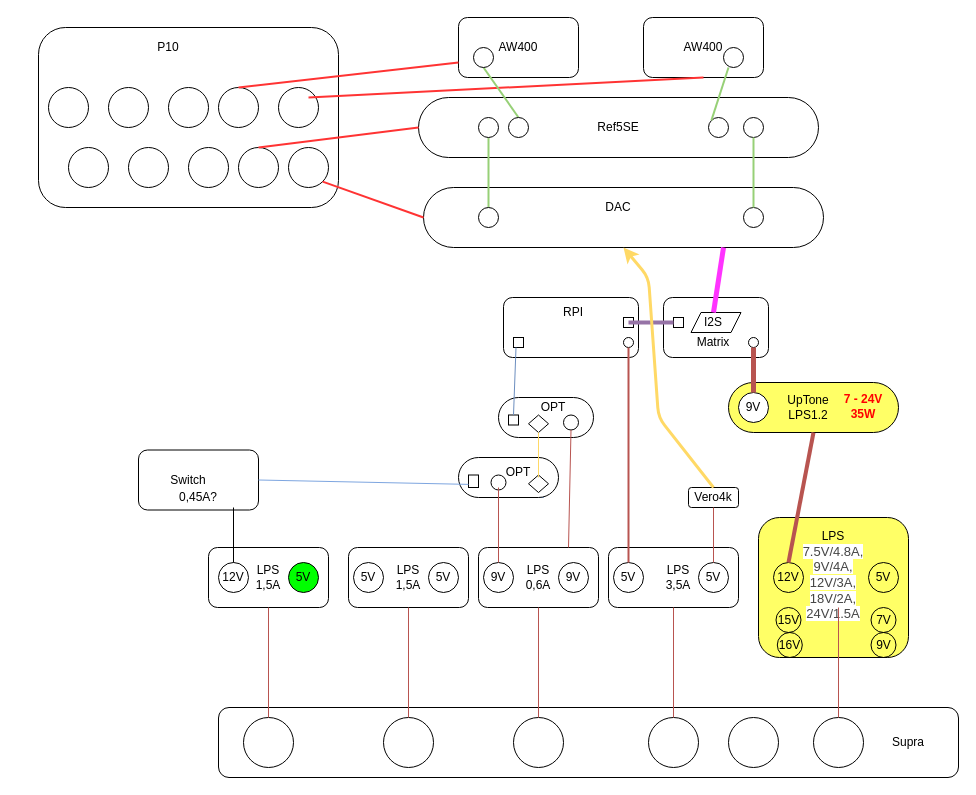
Earlier version of the draw.io diagram Audio2020.drawio (maniac0r/audio). Source tidied: cells renumbered, new cells numbered last; positions are measured from the earlier drawing's top-left corner, leaving out a move shared by most shapes. Both pictures are drawn from the tidied source at 100%, with x=0, y=0 at pixel (38, 17).
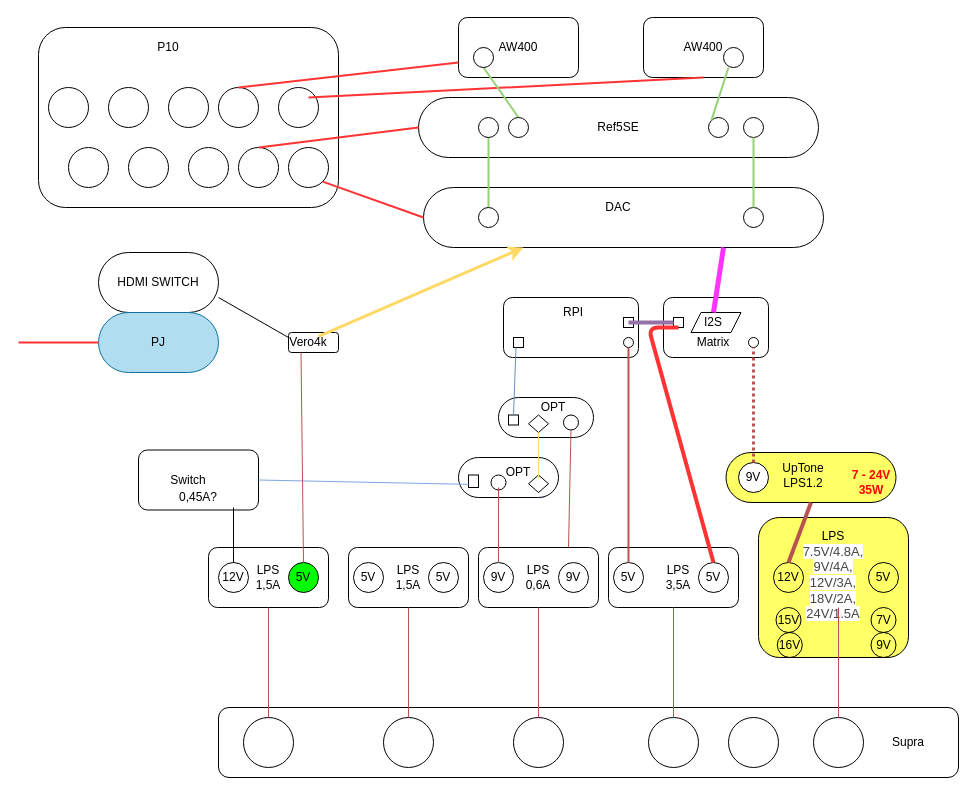
The same page after the edit.

The change refers to these unchanged cells:
```xml
<mxCell id="11" value="5V" style="ellipse;whiteSpace=wrap;html=1;fillColor=#00FF00;" parent="1" vertex="1">
  <mxGeometry x="250" y="545" width="30" height="30" as="geometry" />
</mxCell>
<mxCell id="24" value="5V" style="ellipse;whiteSpace=wrap;html=1;" parent="1" vertex="1">
  <mxGeometry x="660" y="545" width="30" height="30" as="geometry" />
</mxCell>
<mxCell id="76" style="ellipse;whiteSpace=wrap;html=1;" parent="1" vertex="1">
  <mxGeometry x="710" y="320" width="10" height="10" as="geometry" />
</mxCell>
<mxCell id="78" style="rounded=1;whiteSpace=wrap;html=1;arcSize=50;" parent="1" vertex="1">
  <mxGeometry x="385" y="170" width="400" height="60" as="geometry" />
</mxCell>
```

The edit, as a diff of the source:
```diff
@@
+    <mxCell id="36" style="rounded=1;whiteSpace=wrap;html=1;" parent="1" vertex="1">
+      <mxGeometry x="250" y="315" width="50" height="20" as="geometry" />
+    </mxCell>
@@
-    <mxCell id="36" style="rounded=1;whiteSpace=wrap;html=1;" parent="1" vertex="1">
-      <mxGeometry x="650" y="470" width="50" height="20" as="geometry" />
-    </mxCell>
-    <mxCell id="37" value="Vero4k" style="text;html=1;strokeColor=none;fillColor=none;align=center;verticalAlign=middle;whiteSpace=wrap;rounded=0;" parent="1" vertex="1">
-      <mxGeometry x="655" y="470" width="40" height="20" as="geometry" />
-    </mxCell>
-    <mxCell id="38" style="endArrow=none;html=1;fillColor=#f8cecc;strokeColor=#B85450;exitX=0.5;exitY=0;exitDx=0;exitDy=0;entryX=0.5;entryY=1;entryDx=0;entryDy=0;" parent="1" edge="1" source="24" target="37">
-      <mxGeometry relative="1" as="geometry" />
-    </mxCell>
@@
     <mxCell id="65" style="rounded=1;whiteSpace=wrap;html=1;arcSize=50;fillColor=#FFFF66;" parent="1" vertex="1">
-      <mxGeometry x="690" y="365" width="170" height="50" as="geometry" />
+      <mxGeometry x="687.5" y="435" width="170" height="50" as="geometry" />
     </mxCell>
-    <mxCell id="66" value="UpTone LPS1.2" style="text;html=1;strokeColor=none;fillColor=none;align=center;verticalAlign=middle;whiteSpace=wrap;rounded=0;" parent="1" vertex="1">
-      <mxGeometry x="750" y="377.5" width="40" height="25" as="geometry" />
+    <mxCell id="66" value="UpTone LPS1.2" style="text;html=1;strokeColor=none;fillColor=none;align=center;verticalAlign=middle;whiteSpace=wrap;rounded=0;rotation=0;" parent="1" vertex="1">
+      <mxGeometry x="745" y="445" width="40" height="25" as="geometry" />
     </mxCell>
@@
     <mxCell id="68" value="9V" style="ellipse;whiteSpace=wrap;html=1;" parent="1" vertex="1">
-      <mxGeometry x="700" y="375" width="30" height="30" as="geometry" />
+      <mxGeometry x="700" y="445" width="30" height="30" as="geometry" />
     </mxCell>
@@
-    <mxCell id="77" style="endArrow=none;html=1;fillColor=#f8cecc;strokeColor=#B85450;exitX=0.5;exitY=0;exitDx=0;exitDy=0;strokeWidth=5;" parent="1" edge="1" source="68" target="76">
+    <mxCell id="77" style="endArrow=none;html=1;fillColor=#f8cecc;strokeColor=#B85450;exitX=0.5;exitY=0;exitDx=0;exitDy=0;strokeWidth=3;dashed=1;dashPattern=1 1;" parent="1" edge="1" source="68" target="76">
       <mxGeometry relative="1" as="geometry" />
     </mxCell>
@@
-    <mxCell id="81" style="endArrow=classic;html=1;exitX=0.5;exitY=0;exitDx=0;exitDy=0;entryX=0.5;entryY=1;entryDx=0;entryDy=0;fillColor=#fad7ac;strokeColor=#FFD966;rounded=1;strokeWidth=3;" parent="1" edge="1" source="37" target="78">
-      <mxGeometry relative="1" as="geometry">
-        <Array as="points">
-          <mxPoint x="620" y="400" />
-          <mxPoint x="610" y="260" />
-        </Array>
-      </mxGeometry>
-    </mxCell>
     <mxCell id="82" value="&lt;font color=&quot;#ff0000&quot;&gt;7 - 24V&lt;br&gt;35W&lt;/font&gt;" style="text;html=1;strokeColor=none;fillColor=none;align=center;verticalAlign=middle;whiteSpace=wrap;rounded=0;fontStyle=1;" parent="1" vertex="1">
-      <mxGeometry x="800" y="370" width="50" height="37.5" as="geometry" />
+      <mxGeometry x="807.5" y="450" width="50" height="30" as="geometry" />
     </mxCell>
@@
+    <mxCell id="81" style="endArrow=classic;html=1;entryX=0.25;entryY=1;entryDx=0;entryDy=0;fillColor=#fad7ac;strokeColor=#FFD966;rounded=1;strokeWidth=3;exitX=0.75;exitY=0.188;exitDx=0;exitDy=0;exitPerimeter=0;" parent="1" edge="1" source="37" target="78">
+      <mxGeometry relative="1" as="geometry" />
+    </mxCell>
+    <mxCell id="116" style="endArrow=none;html=1;fillColor=#f8cecc;strokeColor=#B85450;exitX=0.25;exitY=1;exitDx=0;exitDy=0;entryX=0.5;entryY=0;entryDx=0;entryDy=0;" parent="1" edge="1" source="36" target="11">
+      <mxGeometry relative="1" as="geometry" />
+    </mxCell>
+    <mxCell id="37" value="Vero4k" style="text;html=1;strokeColor=none;fillColor=none;align=center;verticalAlign=middle;whiteSpace=wrap;rounded=0;" parent="1" vertex="1">
+      <mxGeometry x="250" y="315" width="40" height="20" as="geometry" />
+    </mxCell>
+    <mxCell id="117" value="HDMI SWITCH" style="rounded=1;whiteSpace=wrap;html=1;arcSize=50;" parent="1" vertex="1">
+      <mxGeometry x="60" y="235" width="120" height="60" as="geometry" />
+    </mxCell>
+    <mxCell id="118" style="endArrow=none;html=1;strokeWidth=1;entryX=0;entryY=0.25;entryDx=0;entryDy=0;exitX=1;exitY=0.75;exitDx=0;exitDy=0;" parent="1" edge="1" source="117" target="37">
+      <mxGeometry relative="1" as="geometry" />
+    </mxCell>
+    <mxCell id="119" value="PJ" style="rounded=1;whiteSpace=wrap;html=1;fillColor=#b1ddf0;arcSize=50;strokeColor=#10739e;" parent="1" vertex="1">
+      <mxGeometry x="60" y="295" width="120" height="60" as="geometry" />
+    </mxCell>
+    <mxCell id="120" style="endArrow=none;html=1;strokeWidth=2;strokeColor=#FF3333;exitX=0;exitY=0.5;exitDx=0;exitDy=0;" parent="1" edge="1" source="119">
+      <mxGeometry relative="1" as="geometry">
+        <mxPoint x="-20" y="325" as="targetPoint" />
+      </mxGeometry>
+    </mxCell>
+    <mxCell id="121" style="endArrow=none;html=1;fillColor=#e1d5e7;exitX=0.5;exitY=0;exitDx=0;exitDy=0;strokeWidth=4;strokeColor=#FF3333;" parent="1" edge="1" source="24">
+      <mxGeometry relative="1" as="geometry">
+        <mxPoint x="640" y="310" as="targetPoint" />
+        <Array as="points">
+          <mxPoint x="610" y="310" />
+        </Array>
+      </mxGeometry>
+    </mxCell>
```
